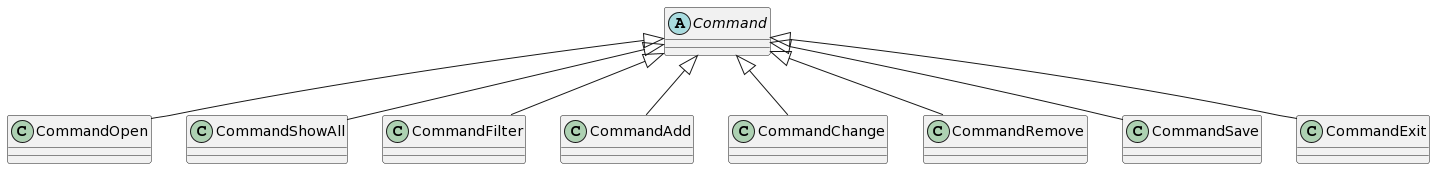
Above: diagrams/class_command_diagram.png in ElenaAgapitova/Intermediate_certification_Python (PlantUML), before the change.
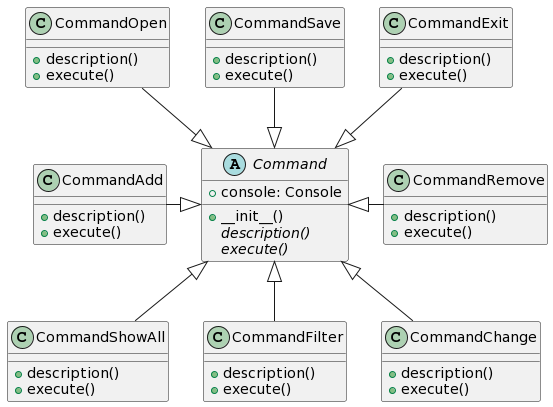
The same diagram one commit later.

Commit message:
Added anotation and changed diagrams

Change to the diagram source:
```diff
@@ -1,22 +1,53 @@
 @startuml
-abstract class Command
+abstract class Command {
++console: Console
++__init__()
+{abstract} description()
+{abstract} execute()
+}
 
-class CommandOpen
-class CommandShowAll
-class CommandFilter
-class CommandAdd
+class CommandOpen {
++description()
++execute()
+}
+class CommandShowAll {
++description()
++execute()
+}
+
+class CommandFilter {
++description()
++execute()
+}
+class CommandAdd {
++description()
++execute()
+}
 class CommandChange
-class CommandRemove
-class CommandSave
-class CommandExit
+{
++description()
++execute()
+}
+class CommandRemove {
++description()
++execute()
+}
+class CommandSave {
++description()
++execute()
+}
+class CommandExit {
++description()
++execute()
+}
 
 
-Command <|-- CommandOpen
+Command <|-up- CommandExit
 Command <|-- CommandShowAll
 Command <|-- CommandFilter
-Command <|-- CommandAdd
+Command <|-left- CommandAdd
 Command <|-- CommandChange
-Command <|-- CommandRemove
-Command <|-- CommandSave
-Command <|-- CommandExit
+Command <|-right- CommandRemove
+Command <|-up- CommandSave
+Command <|-up- CommandOpen
 @enduml
```
